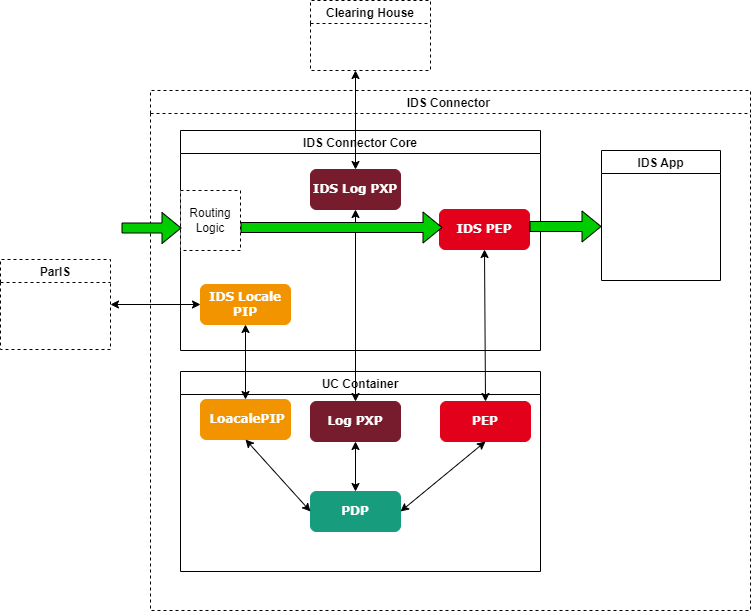
The draw.io diagram documentation/3_Layers_of_the_Reference_Architecture_Model/3_3_Process_Layer/media/uc-example-Components.drawio.png in International-Data-Spaces-Association/IDS-RAM_4_0, before a commit. Source tidied: cells renumbered, new cells last; positions are measured from the earlier drawing's top-left corner, leaving out a move shared by most shapes.
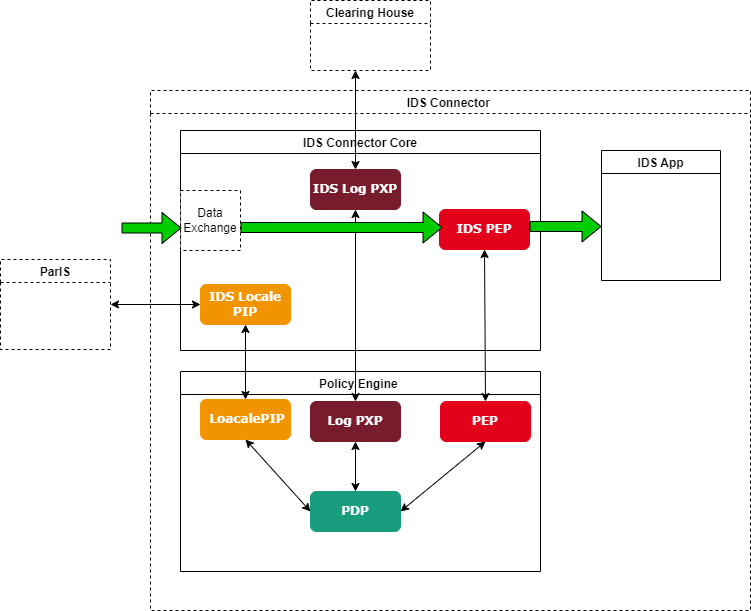
Above is the later version.

Change to the diagram source:
```diff
@@ -8,7 +8,7 @@
     <mxCell id="3" value="IDS App" style="swimlane;" parent="2" vertex="1">
       <mxGeometry x="451" y="60" width="119" height="130" as="geometry" />
     </mxCell>
-    <mxCell id="4" value="UC Container" style="swimlane;fontSize=12;startSize=23;" parent="2" vertex="1">
+    <mxCell id="4" value="Policy Engine " style="swimlane;fontSize=12;startSize=23;" parent="2" vertex="1">
       <mxGeometry x="30" y="281" width="360" height="200" as="geometry" />
     </mxCell>
     <mxCell id="5" value="&lt;font face=&quot;Verdana&quot; color=&quot;#ffffff&quot; size=&quot;1&quot;&gt;&lt;b style=&quot;font-size: 12px&quot;&gt;PEP&lt;/b&gt;&lt;/font&gt;" style="rounded=1;whiteSpace=wrap;html=1;fillColor=#E2001A;strokeColor=#E2001A;" parent="4" vertex="1">
@@ -44,7 +44,7 @@
     <mxCell id="15" value="IDS Connector Core" style="swimlane;startSize=23;" parent="2" vertex="1">
       <mxGeometry x="30" y="40" width="360" height="220" as="geometry" />
     </mxCell>
-    <mxCell id="16" value="Routing Logic" style="rounded=0;whiteSpace=wrap;html=1;dashed=1;" parent="15" vertex="1">
+    <mxCell id="16" value="Data&lt;br&gt;Exchange" style="rounded=0;whiteSpace=wrap;html=1;dashed=1;" parent="15" vertex="1">
       <mxGeometry y="60" width="60" height="60" as="geometry" />
     </mxCell>
     <mxCell id="17" value="&lt;font face=&quot;Verdana&quot; color=&quot;#ffffff&quot; size=&quot;1&quot;&gt;&lt;b style=&quot;font-size: 12px&quot;&gt;IDS PEP&lt;/b&gt;&lt;/font&gt;" style="rounded=1;whiteSpace=wrap;html=1;fillColor=#E2001A;strokeColor=#E2001A;" parent="15" vertex="1">
```
